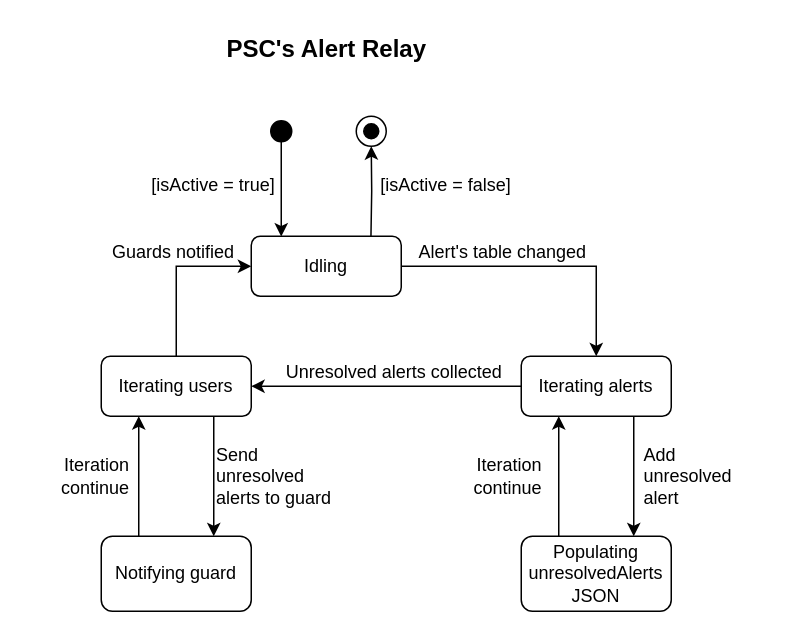
IsmailSalehCode/UML-course-work keeps this draw.io diagram as State/state1.drawio. Above is the earlier version. Source tidied: cells renumbered, new cells numbered last; positions are measured from the earlier drawing's top-left corner, leaving out a move shared by most shapes. Both pictures are drawn from the tidied source at 150%, with x=0, y=0 at pixel (26, 26).
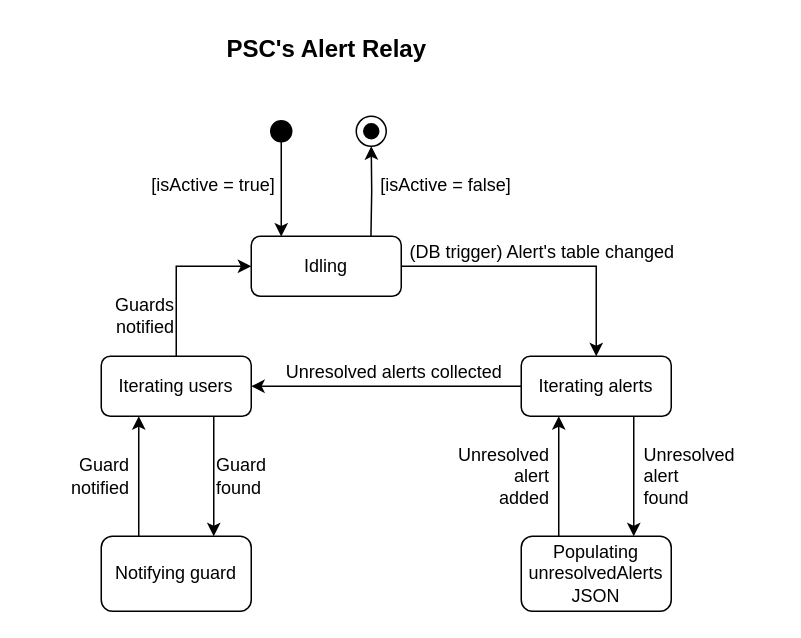
The same page after the edit.

The edit, as a diff of the source:
```diff
@@
-    <mxCell id="13" value="Alert's table changed" style="text;align=left;verticalAlign=bottom;strokeColor=none;fillColor=none;" parent="1" vertex="1">
-      <mxGeometry x="260" y="130" width="140" height="30" as="geometry" />
+    <mxCell id="13" value="(DB trigger) Alert's table changed" style="text;align=left;verticalAlign=bottom;strokeColor=none;fillColor=none;" parent="1" vertex="1">
+      <mxGeometry x="254" y="130" width="200" height="30" as="geometry" />
     </mxCell>
@@
-    <mxCell id="16" value="&lt;div&gt;&lt;span style=&quot;background-color: initial;&quot;&gt;Add&amp;nbsp;&lt;/span&gt;&lt;/div&gt;&lt;div&gt;&lt;span style=&quot;background-color: initial;&quot;&gt;unresolved&amp;nbsp;&lt;/span&gt;&lt;/div&gt;&lt;div&gt;&lt;span style=&quot;background-color: initial;&quot;&gt;alert&lt;/span&gt;&lt;/div&gt;" style="text;html=1;align=left;verticalAlign=middle;strokeColor=none;fillColor=none;" parent="1" vertex="1">
-      <mxGeometry x="410" y="270" width="90" height="60" as="geometry" />
+    <mxCell id="16" value="Unresolved&lt;div&gt;alert&lt;/div&gt;&lt;div&gt;found&lt;/div&gt;" style="text;html=1;align=left;verticalAlign=middle;strokeColor=none;fillColor=none;" parent="1" vertex="1">
+      <mxGeometry x="410" y="270" width="80" height="60" as="geometry" />
     </mxCell>
-    <mxCell id="17" value="Iteration&lt;div&gt;continue&lt;/div&gt;" style="text;html=1;align=right;verticalAlign=middle;strokeColor=none;fillColor=none;" parent="1" vertex="1">
-      <mxGeometry x="275" y="280" width="70" height="40" as="geometry" />
+    <mxCell id="17" value="&lt;div&gt;Unresolved&lt;/div&gt;&lt;div&gt;alert&lt;/div&gt;&lt;div&gt;added&lt;/div&gt;" style="text;html=1;align=right;verticalAlign=middle;strokeColor=none;fillColor=none;" parent="1" vertex="1">
+      <mxGeometry x="270" y="270" width="80" height="60" as="geometry" />
     </mxCell>
@@
-    <mxCell id="20" value="Guards notified" style="text;html=1;align=right;verticalAlign=bottom;strokeColor=none;fillColor=none;" parent="1" vertex="1">
-      <mxGeometry x="40" y="130" width="100" height="30" as="geometry" />
+    <mxCell id="20" value="Guards&lt;div&gt;notified&lt;/div&gt;" style="text;html=1;align=right;verticalAlign=bottom;strokeColor=none;fillColor=none;" parent="1" vertex="1">
+      <mxGeometry x="40" y="170" width="60" height="40" as="geometry" />
     </mxCell>
@@
-    <mxCell id="25" value="Iteration&lt;div&gt;continue&lt;/div&gt;" style="text;html=1;align=right;verticalAlign=middle;strokeColor=none;fillColor=none;" parent="1" vertex="1">
-      <mxGeometry y="280" width="70" height="40" as="geometry" />
+    <mxCell id="25" value="Guard&lt;div&gt;notified&lt;/div&gt;" style="text;html=1;align=right;verticalAlign=middle;strokeColor=none;fillColor=none;" parent="1" vertex="1">
+      <mxGeometry x="10" y="280" width="60" height="40" as="geometry" />
     </mxCell>
-    <mxCell id="26" value="Send&amp;nbsp;&lt;div&gt;unresolved&lt;div&gt;alerts to guard&lt;/div&gt;&lt;/div&gt;" style="text;html=1;align=left;verticalAlign=middle;strokeColor=none;fillColor=none;" parent="1" vertex="1">
-      <mxGeometry x="125" y="270" width="100" height="60" as="geometry" />
+    <mxCell id="26" value="Guard&lt;div&gt;found&lt;/div&gt;" style="text;html=1;align=left;verticalAlign=middle;strokeColor=none;fillColor=none;" parent="1" vertex="1">
+      <mxGeometry x="125" y="280" width="60" height="40" as="geometry" />
     </mxCell>
```
